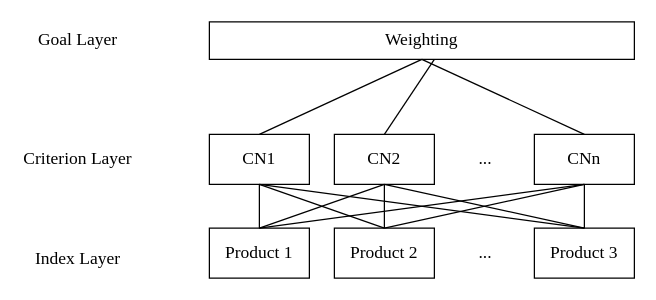
df3dysn/Yang- keeps this draw.io diagram as Hierarchical model.drawio. Above is the earlier version. Source tidied: cells renumbered, new cells numbered last; positions are measured from the earlier drawing's top-left corner, leaving out a move shared by most shapes. Both pictures are drawn from the tidied source at 125%, with x=0, y=0 at pixel (21, 21).
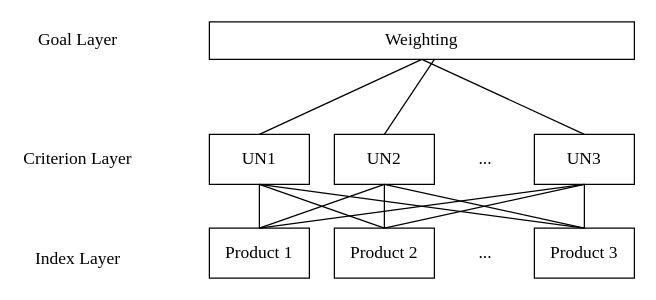
After the change.

Change to the diagram source:
```diff
@@
-    <mxCell id="3" value="CN1" style="rounded=0;whiteSpace=wrap;html=1;fontFamily=Times New Roman;fontSize=14;" parent="1" vertex="1">
+    <mxCell id="3" value="UN1" style="rounded=0;whiteSpace=wrap;html=1;fontFamily=Times New Roman;fontSize=14;" parent="1" vertex="1">
       <mxGeometry x="150" y="90" width="80" height="40" as="geometry" />
     </mxCell>
-    <mxCell id="4" value="CN2" style="rounded=0;whiteSpace=wrap;html=1;fontFamily=Times New Roman;fontSize=14;" parent="1" vertex="1">
+    <mxCell id="4" value="UN2" style="rounded=0;whiteSpace=wrap;html=1;fontFamily=Times New Roman;fontSize=14;" parent="1" vertex="1">
       <mxGeometry x="250" y="90" width="80" height="40" as="geometry" />
     </mxCell>
@@
-    <mxCell id="6" value="CNn" style="rounded=0;whiteSpace=wrap;html=1;fontFamily=Times New Roman;fontSize=14;" parent="1" vertex="1">
+    <mxCell id="6" value="UN3" style="rounded=0;whiteSpace=wrap;html=1;fontFamily=Times New Roman;fontSize=14;" parent="1" vertex="1">
       <mxGeometry x="410" y="90" width="80" height="40" as="geometry" />
     </mxCell>
```
